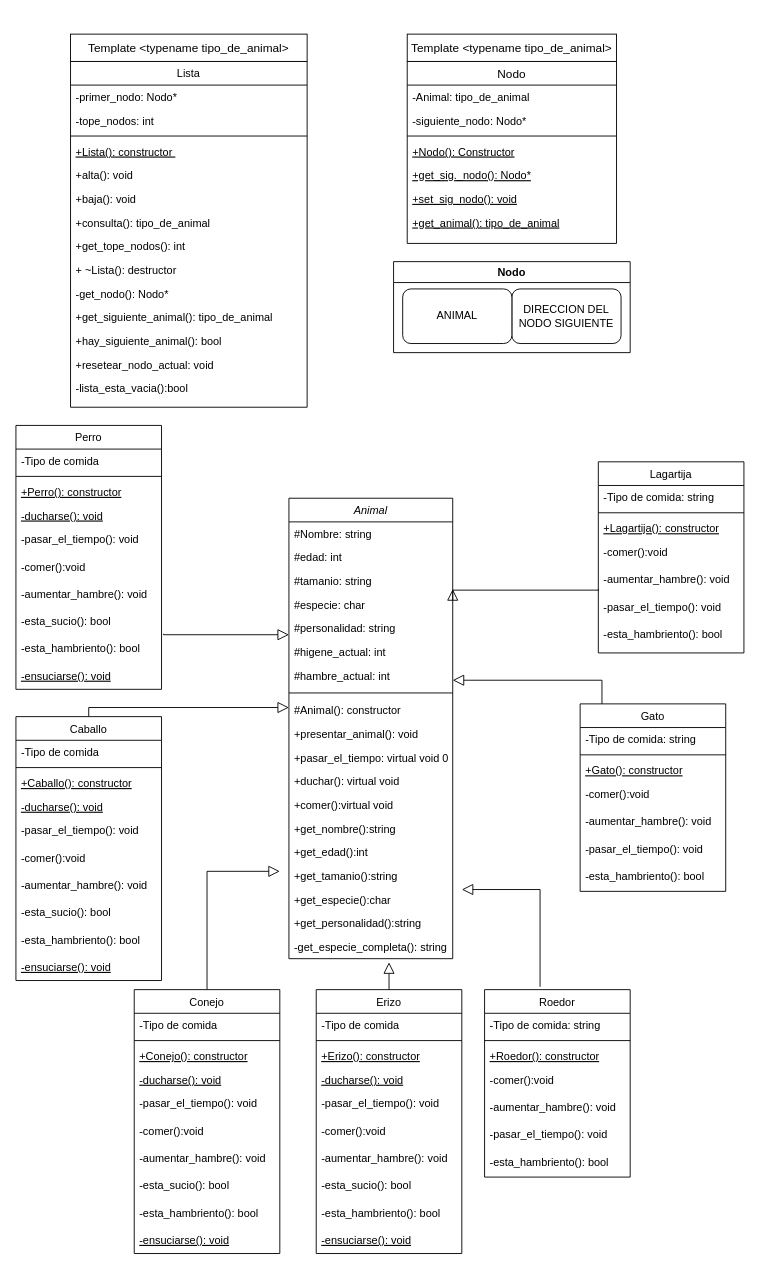
Above: tp2_clases.drawio in gmenendez0/reserva_soniada (draw.io), before the change. Source tidied: cells renumbered, new cells numbered last; positions are measured from the earlier drawing's top-left corner, leaving out a move shared by most shapes. Both pictures are drawn from the tidied source at 91%, with x=0, y=0 at pixel (15, 34).
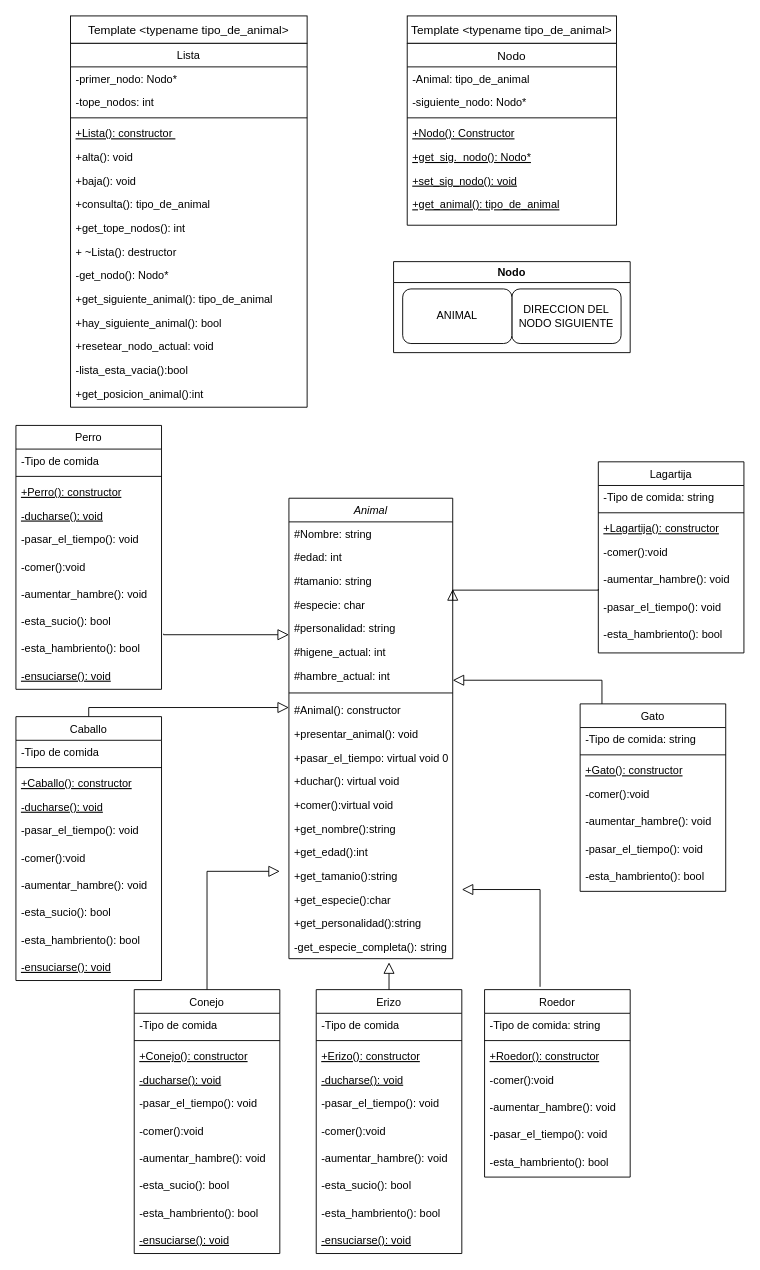
After the change.

Diff of the diagram source:
```diff
@@
     <mxCell id="64" value="Nodo" style="swimlane;fontStyle=0;align=center;verticalAlign=top;horizontal=1;startSize=26;rounded=0;shadow=0;strokeWidth=1;fontSize=13;" parent="1" vertex="1">
-      <mxGeometry x="430" y="30" width="230" height="200" as="geometry" />
+      <mxGeometry x="430" y="10" width="230" height="200" as="geometry" />
     </mxCell>
@@
     <mxCell id="75" value="Lista" style="swimlane;fontStyle=0;align=center;verticalAlign=top;horizontal=1;startSize=26;rounded=0;shadow=0;strokeWidth=1;" parent="1" vertex="1">
-      <mxGeometry x="60" y="30" width="260" height="380" as="geometry" />
+      <mxGeometry x="60" y="10" width="260" height="400" as="geometry" />
     </mxCell>
@@
+    <mxCell id="125" value="+get_posicion_animal():int" style="text;align=left;verticalAlign=top;spacingLeft=4;spacingRight=4;overflow=hidden;" parent="75" vertex="1">
+      <mxGeometry y="372" width="260" height="26" as="geometry" />
+    </mxCell>
@@
     <mxCell id="123" value="Template &amp;lt;typename tipo_de_animal&amp;gt;" style="rounded=0;whiteSpace=wrap;html=1;fontSize=13;" parent="1" vertex="1">
-      <mxGeometry x="430" width="230" height="30" as="geometry" />
+      <mxGeometry x="430" y="-20" width="230" height="30" as="geometry" />
     </mxCell>
     <mxCell id="124" value="Template &amp;lt;typename tipo_de_animal&amp;gt;" style="rounded=0;whiteSpace=wrap;html=1;fontSize=13;" parent="1" vertex="1">
-      <mxGeometry x="60" width="260" height="30" as="geometry" />
+      <mxGeometry x="60" y="-20" width="260" height="30" as="geometry" />
     </mxCell>
```
